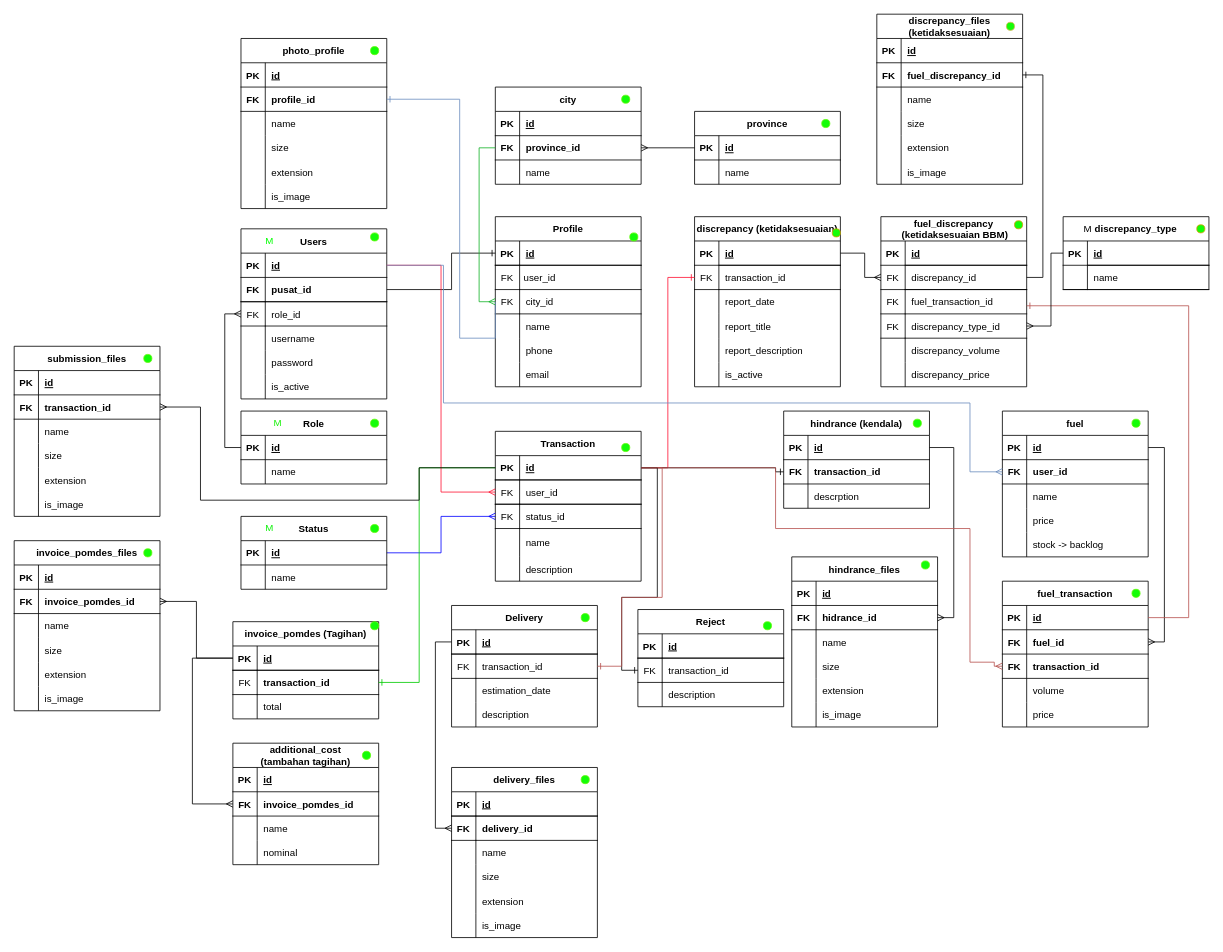
Earlier version of the draw.io diagram PomdesDB.drawio (Faris072/pomdes). Source tidied: cells renumbered, new cells numbered last; positions are measured from the earlier drawing's top-left corner, leaving out a move shared by most shapes. Both pictures are drawn from the tidied source at 81%, with x=0, y=0 at pixel (14, 14).
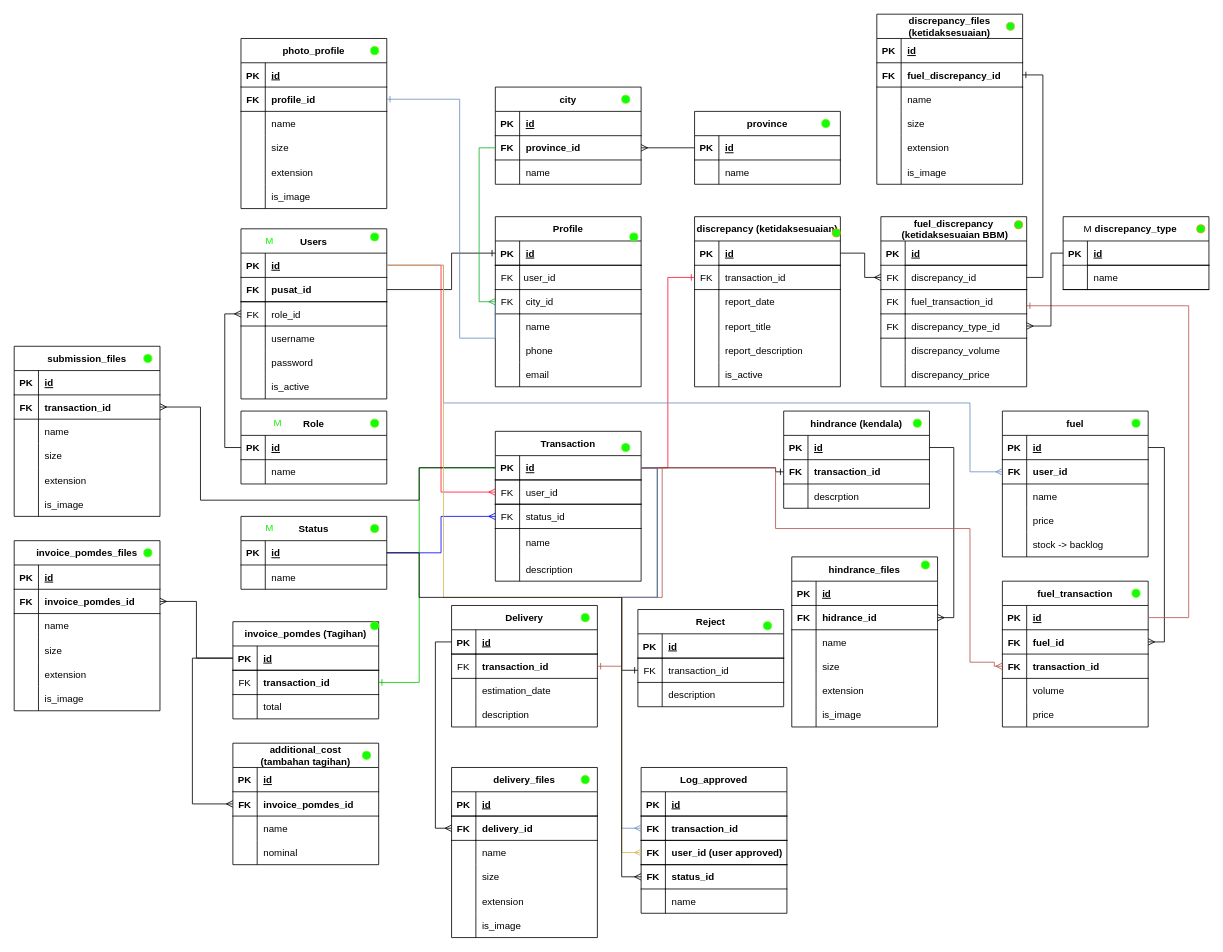
The same diagram, later.

Commit message (it also covers changes not shown here):
update log approved

The change refers to these unchanged cells:
```xml
<mxCell id="3" style="shape=tableRow;horizontal=0;startSize=0;swimlaneHead=0;swimlaneBody=0;fillColor=none;points=[[0,0.5],[1,0.5]];portConstraint=eastwest;top=0;left=0;right=0;bottom=1;" parent="2" vertex="1">
  <mxGeometry y="30" width="180" height="30" as="geometry" />
</mxCell>
<mxCell id="51" style="shape=tableRow;horizontal=0;startSize=0;swimlaneHead=0;swimlaneBody=0;fillColor=none;points=[[0,0.5],[1,0.5]];portConstraint=eastwest;top=0;left=0;right=0;bottom=1;" parent="50" vertex="1">
  <mxGeometry y="30" width="180" height="30" as="geometry" />
</mxCell>
<mxCell id="68" style="shape=tableRow;horizontal=0;startSize=0;swimlaneHead=0;swimlaneBody=0;fillColor=none;points=[[0,0.5],[1,0.5]];portConstraint=eastwest;top=0;left=0;right=0;bottom=1;" parent="67" vertex="1">
  <mxGeometry y="30" width="180" height="30" as="geometry" />
</mxCell>
<mxCell id="350" style="shape=tableRow;horizontal=0;startSize=0;swimlaneHead=0;swimlaneBody=0;fillColor=none;points=[[0,0.5],[1,0.5]];portConstraint=eastwest;top=0;left=0;right=0;bottom=0;" parent="346" vertex="1">
  <mxGeometry y="60" width="180" height="30" as="geometry" />
</mxCell>
```

The edit, as a diff of the source:
```diff
@@
-    <mxCell id="352" value="transaction_id" style="shape=partialRectangle;fillColor=none;top=1;left=0;bottom=1;right=0;align=left;spacingLeft=6;overflow=hidden;" parent="350" vertex="1">
+    <mxCell id="352" value="transaction_id" style="shape=partialRectangle;fillColor=none;top=1;left=0;bottom=1;right=0;align=left;spacingLeft=6;overflow=hidden;fontStyle=1;" parent="350" vertex="1">
       <mxGeometry x="30" width="150" height="30" as="geometry" />
     </mxCell>
@@
+    <mxCell id="385" value="Log_approved" style="shape=table;startSize=30;childLayout=tableLayout;rowLines=0;fontStyle=1;align=center;" parent="1" vertex="1">
+      <mxGeometry x="774" y="930" width="180" height="180" as="geometry" />
+    </mxCell>
+    <mxCell id="386" style="shape=tableRow;horizontal=0;startSize=0;swimlaneHead=0;swimlaneBody=0;fillColor=none;top=0;left=0;right=0;bottom=1;" parent="385" vertex="1">
+      <mxGeometry y="30" width="180" height="30" as="geometry" />
+    </mxCell>
+    <mxCell id="387" value="PK" style="shape=partialRectangle;fillColor=none;top=0;left=0;bottom=0;right=0;fontStyle=1;overflow=hidden;" parent="386" vertex="1">
+      <mxGeometry width="30" height="30" as="geometry" />
+    </mxCell>
+    <mxCell id="388" value="id" style="shape=partialRectangle;fillColor=none;top=0;left=0;bottom=0;right=0;align=left;spacingLeft=6;fontStyle=5;overflow=hidden;" parent="386" vertex="1">
+      <mxGeometry x="30" width="150" height="30" as="geometry" />
+    </mxCell>
+    <mxCell id="389" style="shape=tableRow;horizontal=0;startSize=0;swimlaneHead=0;swimlaneBody=0;fillColor=none;points=[[0,0.5],[1,0.5]];portConstraint=eastwest;top=0;left=0;right=0;bottom=0;fontStyle=1;" parent="385" vertex="1">
+      <mxGeometry y="60" width="180" height="30" as="geometry" />
+    </mxCell>
+    <mxCell id="390" value="FK" style="shape=partialRectangle;fillColor=none;top=1;left=0;bottom=1;right=0;overflow=hidden;fontStyle=1;" parent="389" vertex="1">
+      <mxGeometry width="30" height="30" as="geometry" />
+    </mxCell>
+    <mxCell id="391" value="transaction_id" style="shape=partialRectangle;fillColor=none;top=1;left=0;bottom=1;right=0;align=left;spacingLeft=6;overflow=hidden;fontStyle=1;" parent="389" vertex="1">
+      <mxGeometry x="30" width="150" height="30" as="geometry" />
+    </mxCell>
+    <mxCell id="392" style="shape=tableRow;horizontal=0;startSize=0;swimlaneHead=0;swimlaneBody=0;fillColor=none;points=[[0,0.5],[1,0.5]];portConstraint=eastwest;top=0;left=0;right=0;bottom=0;fontStyle=1;" parent="385" vertex="1">
+      <mxGeometry y="90" width="180" height="30" as="geometry" />
+    </mxCell>
+    <mxCell id="393" value="FK" style="shape=partialRectangle;fillColor=none;top=1;left=0;bottom=1;right=0;overflow=hidden;fontStyle=1;" parent="392" vertex="1">
+      <mxGeometry width="30" height="30" as="geometry" />
+    </mxCell>
+    <mxCell id="394" value="user_id (user approved)" style="shape=partialRectangle;fillColor=none;top=1;left=0;bottom=1;right=0;align=left;spacingLeft=6;overflow=hidden;fontStyle=1;" parent="392" vertex="1">
+      <mxGeometry x="30" width="150" height="30" as="geometry" />
+    </mxCell>
+    <mxCell id="395" style="shape=tableRow;horizontal=0;startSize=0;swimlaneHead=0;swimlaneBody=0;fillColor=none;points=[[0,0.5],[1,0.5]];portConstraint=eastwest;top=0;left=0;right=0;bottom=0;fontStyle=1;" parent="385" vertex="1">
+      <mxGeometry y="120" width="180" height="30" as="geometry" />
+    </mxCell>
+    <mxCell id="396" value="FK" style="shape=partialRectangle;fillColor=none;top=1;left=0;bottom=1;right=0;overflow=hidden;fontStyle=1;" parent="395" vertex="1">
+      <mxGeometry width="30" height="30" as="geometry" />
+    </mxCell>
+    <mxCell id="397" value="status_id" style="shape=partialRectangle;fillColor=none;top=1;left=0;bottom=1;right=0;align=left;spacingLeft=6;overflow=hidden;fontStyle=1;" parent="395" vertex="1">
+      <mxGeometry x="30" width="150" height="30" as="geometry" />
+    </mxCell>
+    <mxCell id="398" style="shape=tableRow;horizontal=0;startSize=0;swimlaneHead=0;swimlaneBody=0;fillColor=none;top=0;left=0;right=0;bottom=0;" parent="385" vertex="1">
+      <mxGeometry y="150" width="180" height="30" as="geometry" />
+    </mxCell>
+    <mxCell id="399" style="shape=partialRectangle;fillColor=none;top=0;left=0;bottom=0;right=0;overflow=hidden;" parent="398" vertex="1">
+      <mxGeometry width="30" height="30" as="geometry" />
+    </mxCell>
+    <mxCell id="400" value="name" style="shape=partialRectangle;fillColor=none;top=0;left=0;bottom=0;right=0;align=left;spacingLeft=6;overflow=hidden;" parent="398" vertex="1">
+      <mxGeometry x="30" width="150" height="30" as="geometry" />
+    </mxCell>
+    <mxCell id="401" style="edgeStyle=orthogonalEdgeStyle;rounded=0;jettySize=auto;html=1;entryX=0;entryY=0.5;entryDx=0;entryDy=0;fillColor=#dae8fc;strokeColor=#6c8ebf;endArrow=ERmany;endFill=0;" parent="1" edge="1" source="51" target="389">
+      <mxGeometry relative="1" as="geometry">
+        <Array as="points">
+          <mxPoint x="794" y="560" />
+          <mxPoint x="794" y="720" />
+          <mxPoint x="750" y="720" />
+          <mxPoint x="750" y="1005" />
+        </Array>
+      </mxGeometry>
+    </mxCell>
+    <mxCell id="402" style="edgeStyle=orthogonalEdgeStyle;rounded=0;jettySize=auto;html=1;entryX=0;entryY=0.5;entryDx=0;entryDy=0;endArrow=ERmany;endFill=0;fillColor=#fff2cc;strokeColor=#d6b656;" parent="1" edge="1" source="3" target="392">
+      <mxGeometry relative="1" as="geometry">
+        <Array as="points">
+          <mxPoint x="530" y="310" />
+          <mxPoint x="530" y="720" />
+          <mxPoint x="750" y="720" />
+          <mxPoint x="750" y="1035" />
+        </Array>
+      </mxGeometry>
+    </mxCell>
+    <mxCell id="403" style="edgeStyle=orthogonalEdgeStyle;rounded=0;jettySize=auto;html=1;entryX=0;entryY=0.5;entryDx=0;entryDy=0;endArrow=ERmany;endFill=0;" parent="1" edge="1" source="68" target="395">
+      <mxGeometry relative="1" as="geometry">
+        <Array as="points">
+          <mxPoint x="500" y="665" />
+          <mxPoint x="500" y="720" />
+          <mxPoint x="750" y="720" />
+          <mxPoint x="750" y="1065" />
+        </Array>
+      </mxGeometry>
+    </mxCell>
```
